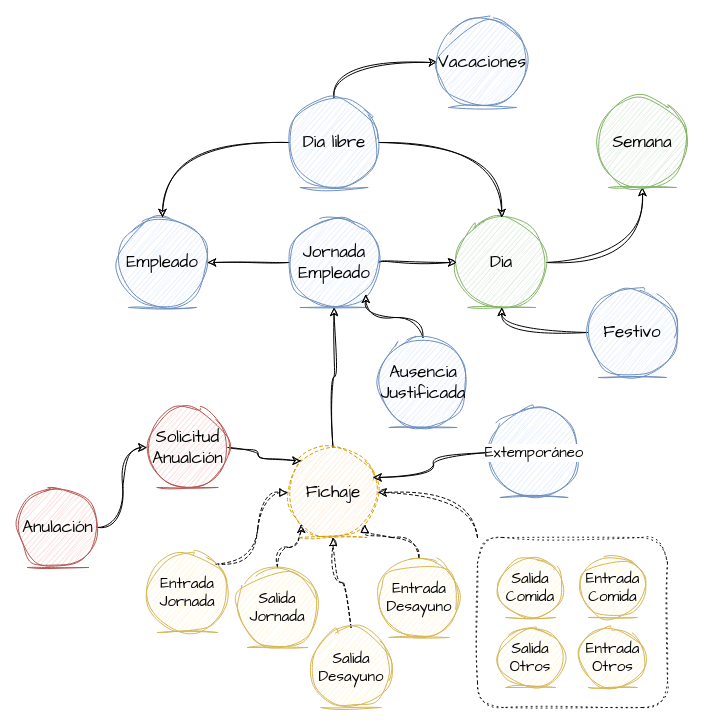
Before: page "Modelo" (1 of 4) of doc/fichaje.drawio in alexrcas/fichaje, a draw.io diagram. Source tidied: cells renumbered, new cells numbered last; positions are measured from the earlier drawing's top-left corner, leaving out a move shared by most shapes. Both pictures are drawn from the tidied source at 100%, with x=0, y=0 at pixel (17, 17).
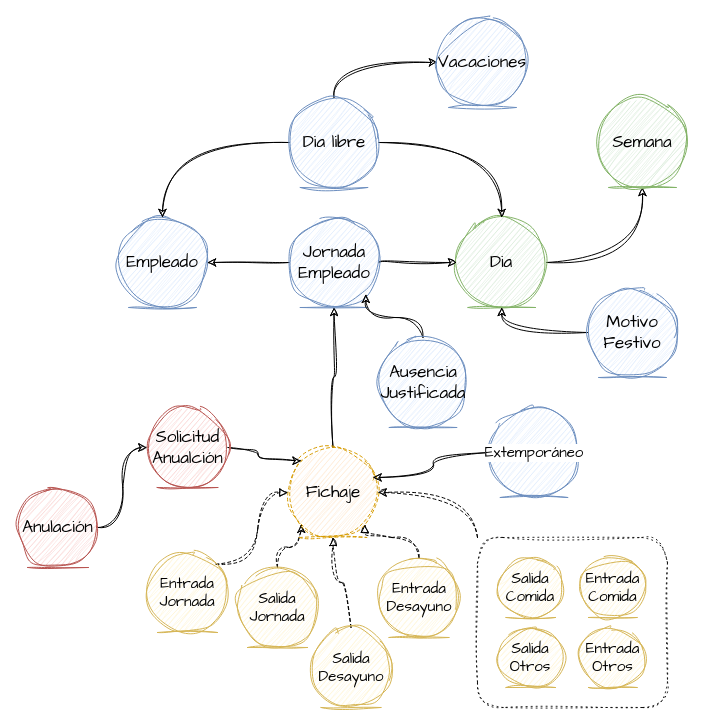
The same diagram, later.

Diff of the diagram source:
```diff
@@
-    <mxCell id="39" value="Festivo" style="ellipse;shape=umlEntity;whiteSpace=wrap;html=1;sketch=1;hachureGap=4;jiggle=2;curveFitting=1;fontFamily=Architects Daughter;fontSize=17;fillColor=#dae8fc;strokeColor=#6c8ebf;" parent="1" vertex="1">
+    <mxCell id="39" value="Motivo&lt;br&gt;Festivo" style="ellipse;shape=umlEntity;whiteSpace=wrap;html=1;sketch=1;hachureGap=4;jiggle=2;curveFitting=1;fontFamily=Architects Daughter;fontSize=17;fillColor=#dae8fc;strokeColor=#6c8ebf;" parent="1" vertex="1">
       <mxGeometry x="570" y="270" width="90" height="90" as="geometry" />
     </mxCell>
```
